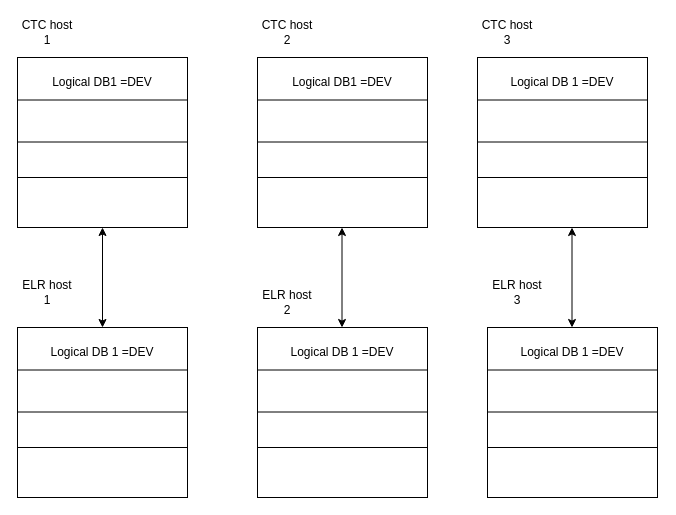
anshuldevmehta/RandomDiagrams keeps this draw.io diagram as Redis Cache Layout.drawio. Above is the earlier version. Source tidied: cells renumbered, new cells numbered last; positions are measured from the earlier drawing's top-left corner, leaving out a move shared by most shapes. Both pictures are drawn from the tidied source at 100%, with x=0, y=0 at pixel (17, 17).
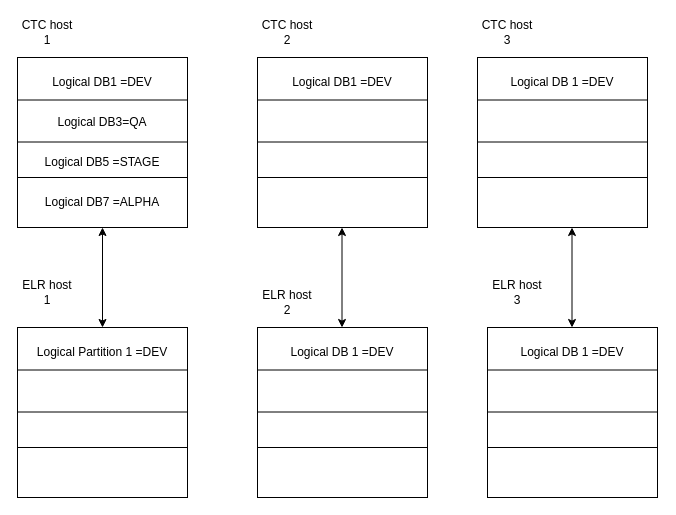
After the change.

The change refers to these unchanged cells:
```xml
<mxCell id="11" style="group;" parent="1" vertex="1">
  <mxGeometry y="40" width="170" height="170" as="geometry" />
</mxCell>
<mxCell id="17" style="group;" parent="1" vertex="1">
  <mxGeometry y="310" width="170" height="170" as="geometry" />
</mxCell>
```

Diff of the diagram source:
```diff
@@
+    <mxCell id="47" value="Logical DB3=QA" style="text;html=1;strokeColor=none;fillColor=none;align=center;verticalAlign=middle;whiteSpace=wrap;rounded=0;" parent="11" vertex="1">
+      <mxGeometry x="10" y="50" width="150" height="30" as="geometry" />
+    </mxCell>
+    <mxCell id="48" value="Logical DB5 =STAGE" style="text;html=1;strokeColor=none;fillColor=none;align=center;verticalAlign=middle;whiteSpace=wrap;rounded=0;" parent="11" vertex="1">
+      <mxGeometry x="10" y="90" width="150" height="30" as="geometry" />
+    </mxCell>
+    <mxCell id="49" value="Logical DB7 =ALPHA" style="text;html=1;strokeColor=none;fillColor=none;align=center;verticalAlign=middle;whiteSpace=wrap;rounded=0;" parent="11" vertex="1">
+      <mxGeometry x="10" y="130" width="150" height="30" as="geometry" />
+    </mxCell>
@@
-    <mxCell id="22" value="Logical DB 1 =DEV" style="text;html=1;strokeColor=none;fillColor=none;align=center;verticalAlign=middle;whiteSpace=wrap;rounded=0;" parent="17" vertex="1">
+    <mxCell id="22" value="Logical Partition 1 =DEV" style="text;html=1;strokeColor=none;fillColor=none;align=center;verticalAlign=middle;whiteSpace=wrap;rounded=0;" parent="17" vertex="1">
       <mxGeometry x="10" y="10" width="150" height="30" as="geometry" />
     </mxCell>
```
